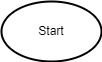
This is Final submission/BatteryLevelControlFlow.png from XLmT09/Bunny-Robot, a draw.io export, as it was before one commit. Source tidied: cells renumbered, new cells last; positions are measured from the earlier drawing's top-left corner, leaving out a move shared by most shapes. Source of this version:
```xml
<mxGraphModel>
  <root>
    <mxCell id="0" />
    <mxCell id="1" parent="0" />
    <mxCell id="2" style="group;" parent="1" vertex="1">
      <mxGeometry width="100" height="60" as="geometry" />
    </mxCell>
    <mxCell id="3" style="strokeWidth=2;html=1;shape=mxgraph.flowchart.start_1;whiteSpace=wrap;hachureGap=4;" parent="2" vertex="1">
      <mxGeometry width="100" height="60" as="geometry" />
    </mxCell>
    <mxCell id="4" value="Start" style="text;html=1;strokeColor=none;fillColor=none;align=center;verticalAlign=middle;whiteSpace=wrap;rounded=0;hachureGap=4;" parent="2" vertex="1">
      <mxGeometry x="20" y="15" width="60" height="30" as="geometry" />
    </mxCell>
  </root>
</mxGraphModel>
```
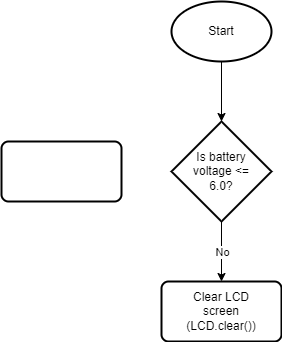
The same file after the commit.

What changed in the source:
```diff
@@ -11,5 +11,32 @@
     <mxCell id="4" value="Start" style="text;html=1;strokeColor=none;fillColor=none;align=center;verticalAlign=middle;whiteSpace=wrap;rounded=0;hachureGap=4;" parent="2" vertex="1">
       <mxGeometry x="20" y="15" width="60" height="30" as="geometry" />
     </mxCell>
+    <mxCell id="5" style="group;" parent="1" vertex="1">
+      <mxGeometry y="120" width="100" height="100" as="geometry" />
+    </mxCell>
+    <mxCell id="6" style="strokeWidth=2;html=1;shape=mxgraph.flowchart.decision;whiteSpace=wrap;hachureGap=4;" parent="5" vertex="1">
+      <mxGeometry width="100" height="100" as="geometry" />
+    </mxCell>
+    <mxCell id="7" value="Is battery voltage &amp;lt;= 6.0?" style="text;html=1;strokeColor=none;fillColor=none;align=center;verticalAlign=middle;whiteSpace=wrap;rounded=0;hachureGap=4;" parent="5" vertex="1">
+      <mxGeometry x="20" y="35" width="60" height="30" as="geometry" />
+    </mxCell>
+    <mxCell id="8" style="rounded=1;whiteSpace=wrap;html=1;absoluteArcSize=1;arcSize=14;strokeWidth=2;hachureGap=4;" parent="1" vertex="1">
+      <mxGeometry x="-10" y="280" width="120" height="60" as="geometry" />
+    </mxCell>
+    <mxCell id="9" value="Clear LCD screen (LCD.clear())" style="text;html=1;strokeColor=none;fillColor=none;align=center;verticalAlign=middle;whiteSpace=wrap;rounded=0;hachureGap=4;" parent="1" vertex="1">
+      <mxGeometry x="20" y="295" width="60" height="30" as="geometry" />
+    </mxCell>
+    <mxCell id="10" style="endArrow=classic;html=1;rounded=0;sourcePerimeterSpacing=8;targetPerimeterSpacing=8;curved=1;entryX=0.5;entryY=0;entryDx=0;entryDy=0;entryPerimeter=0;exitX=0.5;exitY=1;exitDx=0;exitDy=0;exitPerimeter=0;" parent="1" edge="1" source="3" target="6">
+      <mxGeometry relative="1" as="geometry" />
+    </mxCell>
+    <mxCell id="11" style="endArrow=classic;html=1;rounded=0;sourcePerimeterSpacing=8;targetPerimeterSpacing=8;curved=1;entryX=0.5;entryY=0;entryDx=0;entryDy=0;exitX=0.5;exitY=1;exitDx=0;exitDy=0;exitPerimeter=0;" parent="1" edge="1" source="6" target="8">
+      <mxGeometry relative="1" as="geometry" />
+    </mxCell>
+    <mxCell id="12" value="No" style="edgeLabel;html=1;align=center;verticalAlign=middle;hachureGap=4;" parent="11" vertex="1">
+      <mxGeometry relative="1" as="geometry" />
+    </mxCell>
+    <mxCell id="13" style="rounded=1;whiteSpace=wrap;html=1;absoluteArcSize=1;arcSize=14;strokeWidth=2;hachureGap=4;" parent="1" vertex="1">
+      <mxGeometry x="-170" y="140" width="120" height="60" as="geometry" />
+    </mxCell>
   </root>
 </mxGraphModel>
```
